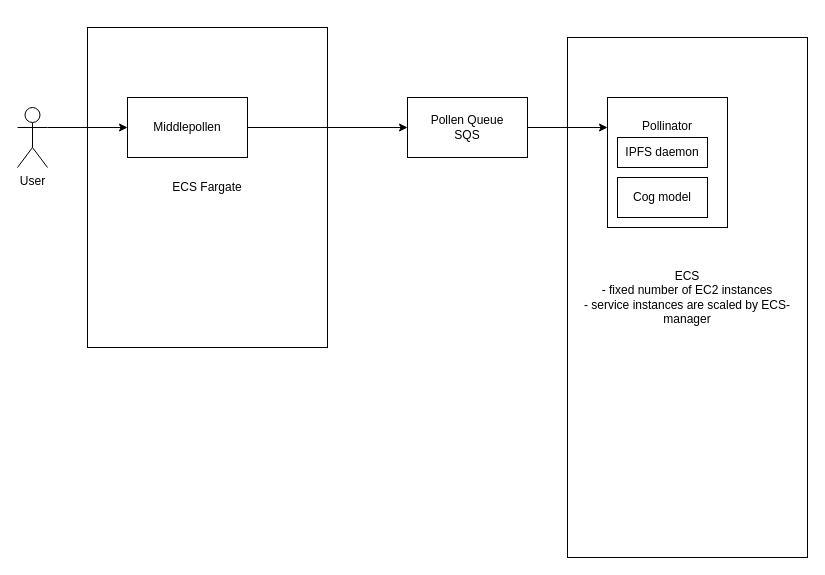
This is bees.drawio from pollinations/infrastructure, a draw.io file, before an edit. Source tidied: cells renumbered, new cells numbered last; positions are measured from the earlier drawing's top-left corner, leaving out a move shared by most shapes. Both pictures are drawn from the tidied source at 100%, with x=0, y=0 at pixel (17, 27).
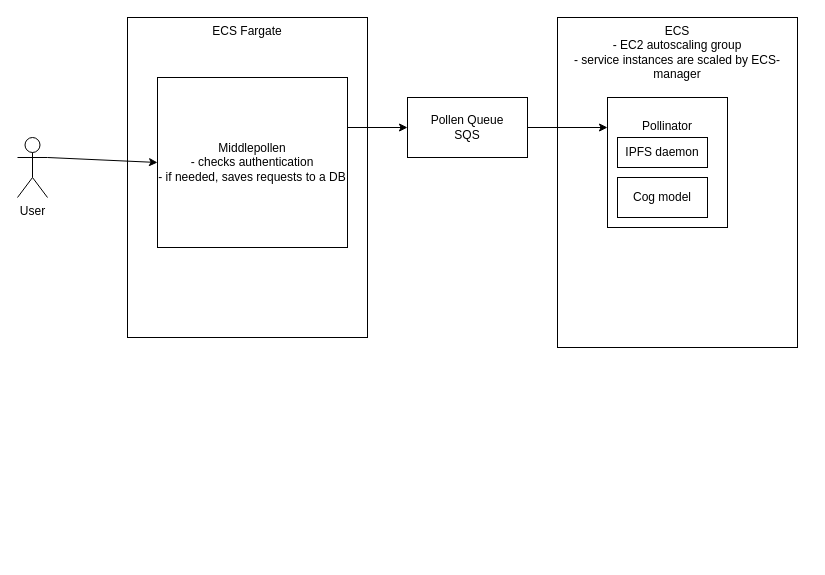
The same diagram, later.

Change to the diagram source:
```diff
@@
 <mxGraphModel>
   <root>
     <mxCell id="0" />
     <mxCell id="1" parent="0" />
-    <mxCell id="2" value="ECS Fargate&lt;br&gt;" style="rounded=0;whiteSpace=wrap;html=1;" parent="1" vertex="1">
-      <mxGeometry x="70" width="240" height="320" as="geometry" />
+    <mxCell id="2" value="ECS Fargate&lt;br&gt;" style="rounded=0;whiteSpace=wrap;html=1;verticalAlign=top;" parent="1" vertex="1">
+      <mxGeometry x="110" y="-10" width="240" height="320" as="geometry" />
     </mxCell>
-    <mxCell id="3" value="ECS&lt;br&gt;- fixed number of EC2 instances&lt;br&gt;- service instances are scaled by ECS-manager" style="rounded=0;whiteSpace=wrap;html=1;" parent="1" vertex="1">
-      <mxGeometry x="550" y="10" width="240" height="520" as="geometry" />
+    <mxCell id="3" value="ECS&lt;br&gt;- EC2 autoscaling group&lt;br&gt;- service instances are scaled by ECS-manager" style="rounded=0;whiteSpace=wrap;html=1;verticalAlign=top;" parent="1" vertex="1">
+      <mxGeometry x="540" y="-10" width="240" height="330" as="geometry" />
     </mxCell>
     <mxCell id="4" style="endArrow=classic;html=1;rounded=0;" parent="1" edge="1">
       <mxGeometry relative="1" as="geometry">
         <mxPoint x="230" y="100" as="sourcePoint" />
         <mxPoint x="390" y="100" as="targetPoint" />
       </mxGeometry>
     </mxCell>
     <mxCell id="5" value="User" style="shape=umlActor;verticalLabelPosition=bottom;verticalAlign=top;html=1;outlineConnect=0;" parent="1" vertex="1">
-      <mxGeometry y="80" width="30" height="60" as="geometry" />
+      <mxGeometry y="110" width="30" height="60" as="geometry" />
     </mxCell>
     <mxCell id="6" value="Pollen Queue&lt;br&gt;SQS" style="rounded=0;whiteSpace=wrap;html=1;" parent="1" vertex="1">
       <mxGeometry x="390" y="70" width="120" height="60" as="geometry" />
     </mxCell>
     <mxCell id="7" style="endArrow=classic;html=1;rounded=0;exitX=1;exitY=0.5;exitDx=0;exitDy=0;" parent="1" edge="1" source="6">
       <mxGeometry relative="1" as="geometry">
         <mxPoint x="590" y="100" as="targetPoint" />
       </mxGeometry>
     </mxCell>
     <mxCell id="8" value="Pollinator&lt;br&gt;&lt;br&gt;&lt;br&gt;&lt;br&gt;&lt;br&gt;&lt;br&gt;" style="rounded=0;whiteSpace=wrap;html=1;" parent="1" vertex="1">
       <mxGeometry x="590" y="70" width="120" height="130" as="geometry" />
     </mxCell>
-    <mxCell id="9" value="Middlepollen" style="rounded=0;whiteSpace=wrap;html=1;" parent="1" vertex="1">
-      <mxGeometry x="110" y="70" width="120" height="60" as="geometry" />
+    <mxCell id="9" value="Middlepollen&lt;br&gt;- checks authentication&lt;br&gt;- if needed, saves requests to a DB" style="rounded=0;whiteSpace=wrap;html=1;" parent="1" vertex="1">
+      <mxGeometry x="140" y="50" width="190" height="170" as="geometry" />
     </mxCell>
     <mxCell id="10" style="endArrow=classic;html=1;rounded=0;exitX=1;exitY=0.3333333333333333;exitDx=0;exitDy=0;exitPerimeter=0;entryX=0;entryY=0.5;entryDx=0;entryDy=0;" parent="1" edge="1" source="5" target="9">
       <mxGeometry relative="1" as="geometry" />
     </mxCell>
     <mxCell id="11" value="Cog model" style="rounded=0;whiteSpace=wrap;html=1;" parent="1" vertex="1">
       <mxGeometry x="600" y="150" width="90" height="40" as="geometry" />
     </mxCell>
     <mxCell id="12" value="IPFS daemon" style="rounded=0;whiteSpace=wrap;html=1;" parent="1" vertex="1">
       <mxGeometry x="600" y="110" width="90" height="30" as="geometry" />
     </mxCell>
   </root>
 </mxGraphModel>
```
